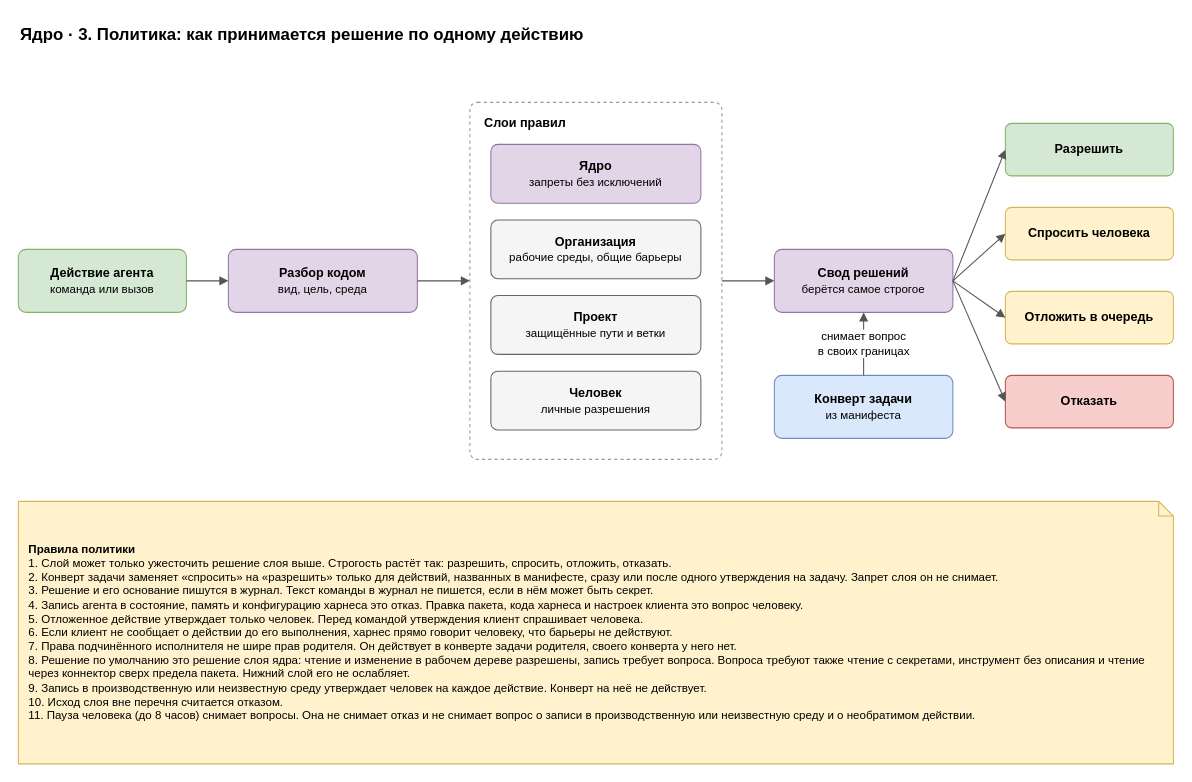
Before: page "3. Решение политики" (3 of 7) of docs/spec/harness-core.drawio in roygkov/reins, a draw.io diagram. Source tidied: cells renumbered, new cells numbered last; positions are measured from the earlier drawing's top-left corner, leaving out a move shared by most shapes. Both pictures are drawn from the tidied source at 105%, with x=0, y=0 at pixel (18, 18).
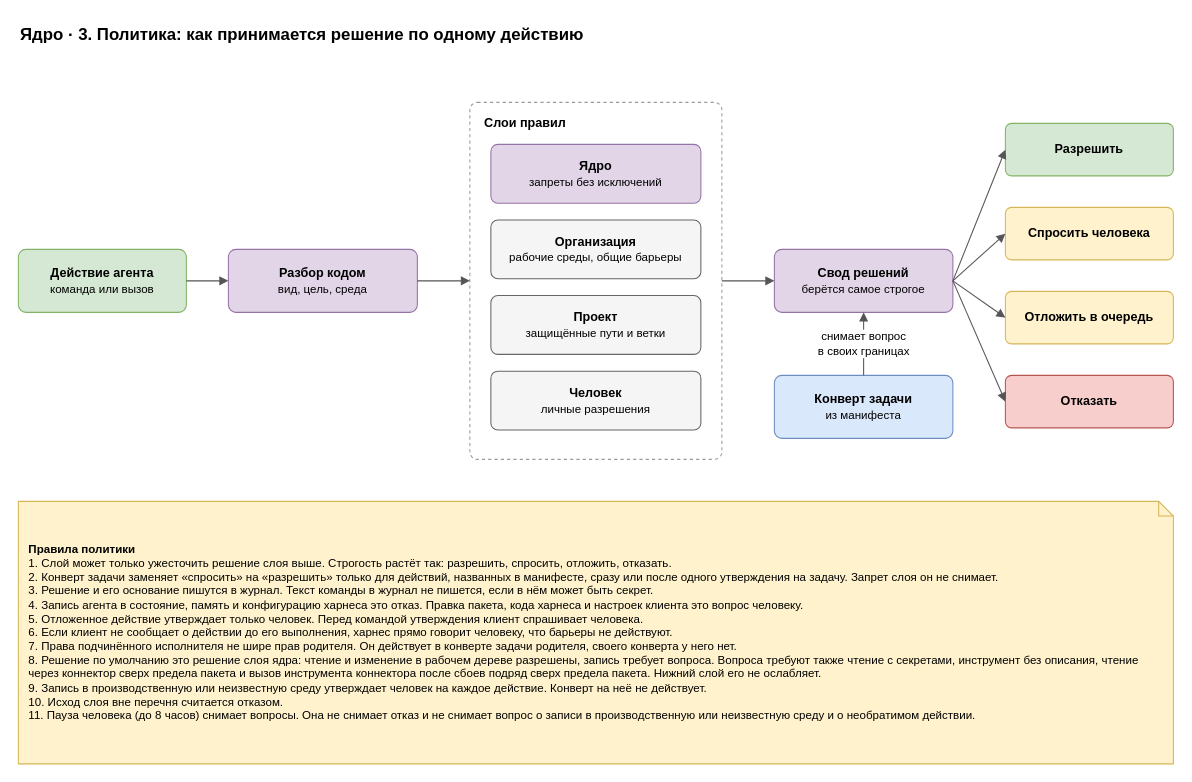
The same page after the edit.

Diff of the diagram source:
```diff
@@
-    <mxCell id="24" value="&lt;b&gt;Правила политики&lt;/b&gt;&lt;br&gt;1. Слой может только ужесточить решение слоя выше. Строгость растёт так: разрешить, спросить, отложить, отказать.&lt;br&gt;2. Конверт задачи заменяет «спросить» на «разрешить» только для действий, названных в манифесте, сразу или после одного утверждения на задачу. Запрет слоя он не снимает.&lt;br&gt;3. Решение и его основание пишутся в журнал. Текст команды в журнал не пишется, если в нём может быть секрет.&lt;br&gt;4. Запись агента в состояние, память и конфигурацию харнеса это отказ. Правка пакета, кода харнеса и настроек клиента это вопрос человеку.&lt;br&gt;5. Отложенное действие утверждает только человек. Перед командой утверждения клиент спрашивает человека.&lt;br&gt;6. Если клиент не сообщает о действии до его выполнения, харнес прямо говорит человеку, что барьеры не действуют.&lt;br&gt;7. Права подчинённого исполнителя не шире прав родителя. Он действует в конверте задачи родителя, своего конверта у него нет.&lt;br&gt;8. Решение по умолчанию это решение слоя ядра: чтение и изменение в рабочем дереве разрешены, запись требует вопроса. Вопроса требуют также чтение с секретами, инструмент без описания и чтение через коннектор сверх предела пакета. Нижний слой его не ослабляет.&lt;br&gt;9. Запись в производственную или неизвестную среду утверждает человек на каждое действие. Конверт на неё не действует.&lt;br&gt;10. Исход слоя вне перечня считается отказом.&lt;br&gt;11. Пауза человека (до 8 часов) снимает вопросы. Она не снимает отказ и не снимает вопрос о записи в производственную или неизвестную среду и о необратимом действии." style="shape=note;whiteSpace=wrap;html=1;backgroundOutline=1;size=14;fillColor=#fff2cc;strokeColor=#d6b656;align=left;spacingLeft=8;spacingRight=8;fontSize=11;" parent="1" vertex="1">
+    <mxCell id="24" value="&lt;b&gt;Правила политики&lt;/b&gt;&lt;br&gt;1. Слой может только ужесточить решение слоя выше. Строгость растёт так: разрешить, спросить, отложить, отказать.&lt;br&gt;2. Конверт задачи заменяет «спросить» на «разрешить» только для действий, названных в манифесте, сразу или после одного утверждения на задачу. Запрет слоя он не снимает.&lt;br&gt;3. Решение и его основание пишутся в журнал. Текст команды в журнал не пишется, если в нём может быть секрет.&lt;br&gt;4. Запись агента в состояние, память и конфигурацию харнеса это отказ. Правка пакета, кода харнеса и настроек клиента это вопрос человеку.&lt;br&gt;5. Отложенное действие утверждает только человек. Перед командой утверждения клиент спрашивает человека.&lt;br&gt;6. Если клиент не сообщает о действии до его выполнения, харнес прямо говорит человеку, что барьеры не действуют.&lt;br&gt;7. Права подчинённого исполнителя не шире прав родителя. Он действует в конверте задачи родителя, своего конверта у него нет.&lt;br&gt;8. Решение по умолчанию это решение слоя ядра: чтение и изменение в рабочем дереве разрешены, запись требует вопроса. Вопроса требуют также чтение с секретами, инструмент без описания, чтение через коннектор сверх предела пакета и вызов инструмента коннектора после сбоев подряд сверх предела пакета. Нижний слой его не ослабляет.&lt;br&gt;9. Запись в производственную или неизвестную среду утверждает человек на каждое действие. Конверт на неё не действует.&lt;br&gt;10. Исход слоя вне перечня считается отказом.&lt;br&gt;11. Пауза человека (до 8 часов) снимает вопросы. Она не снимает отказ и не снимает вопрос о записи в производственную или неизвестную среду и о необратимом действии." style="shape=note;whiteSpace=wrap;html=1;backgroundOutline=1;size=14;fillColor=#fff2cc;strokeColor=#d6b656;align=left;spacingLeft=8;spacingRight=8;fontSize=11;" parent="1" vertex="1">
       <mxGeometry y="460" width="1100" height="250" as="geometry" />
     </mxCell>
```
